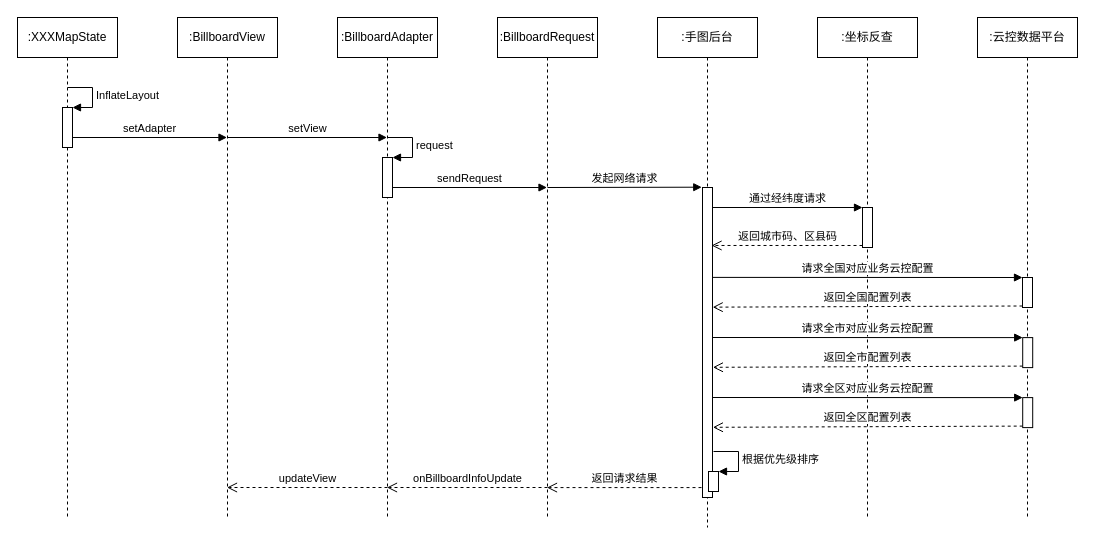
wangziji/graphics keeps this draw.io diagram as page "Billboard 时序图" (7 of 7) of SD-routeCalculate.drawio. Above is the earlier version. Source tidied: cells renumbered, new cells numbered last; positions are measured from the earlier drawing's top-left corner, leaving out a move shared by most shapes. Both pictures are drawn from the tidied source at 100%, with x=0, y=0 at pixel (17, 17).
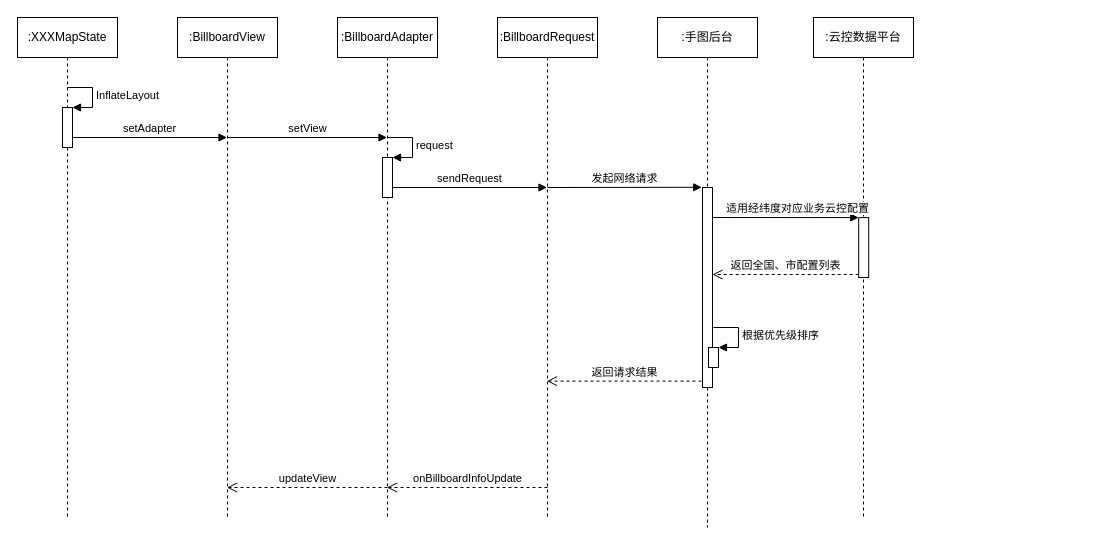
Above is the later version.

The change refers to these unchanged cells:
```xml
<mxCell id="9" value=":手图后台" style="shape=umlLifeline;perimeter=lifelinePerimeter;whiteSpace=wrap;html=1;" parent="1" vertex="1">
  <mxGeometry x="640" width="100" height="510" as="geometry" />
</mxCell>
```

What changed in the source:
```diff
@@
     <mxCell id="10" style="html=1;points=[];perimeter=orthogonalPerimeter;" parent="9" vertex="1">
-      <mxGeometry x="45" y="170" width="10" height="310" as="geometry" />
+      <mxGeometry x="45" y="170" width="10" height="200" as="geometry" />
     </mxCell>
     <mxCell id="11" style="html=1;points=[];perimeter=orthogonalPerimeter;" parent="9" vertex="1">
-      <mxGeometry x="51" y="454" width="10" height="20" as="geometry" />
+      <mxGeometry x="51" y="330" width="10" height="20" as="geometry" />
     </mxCell>
     <mxCell id="12" value="根据优先级排序" style="edgeStyle=orthogonalEdgeStyle;html=1;align=left;spacingLeft=2;endArrow=block;rounded=0;entryX=1;entryY=0;" parent="9" edge="1" target="11">
       <mxGeometry relative="1" as="geometry">
-        <mxPoint x="56" y="434" as="sourcePoint" />
+        <mxPoint x="56" y="310" as="sourcePoint" />
         <Array as="points">
-          <mxPoint x="81" y="434" />
+          <mxPoint x="81" y="310" />
         </Array>
       </mxGeometry>
     </mxCell>
-    <mxCell id="13" value=":坐标反查" style="shape=umlLifeline;perimeter=lifelinePerimeter;whiteSpace=wrap;html=1;" parent="1" vertex="1">
-      <mxGeometry x="800" width="100" height="500" as="geometry" />
-    </mxCell>
-    <mxCell id="14" style="html=1;points=[];perimeter=orthogonalPerimeter;" parent="13" vertex="1">
-      <mxGeometry x="45" y="190" width="10" height="40" as="geometry" />
-    </mxCell>
     <mxCell id="15" value=":云控数据平台" style="shape=umlLifeline;perimeter=lifelinePerimeter;whiteSpace=wrap;html=1;" parent="1" vertex="1">
-      <mxGeometry x="960" width="100" height="500" as="geometry" />
+      <mxGeometry x="796" width="100" height="500" as="geometry" />
     </mxCell>
     <mxCell id="16" style="html=1;points=[];perimeter=orthogonalPerimeter;" parent="15" vertex="1">
-      <mxGeometry x="45" y="260" width="10" height="30" as="geometry" />
+      <mxGeometry x="45.2" y="200.1" width="10" height="59.9" as="geometry" />
     </mxCell>
-    <mxCell id="17" style="html=1;points=[];perimeter=orthogonalPerimeter;" parent="15" vertex="1">
-      <mxGeometry x="45.2" y="380.1" width="10" height="30" as="geometry" />
-    </mxCell>
-    <mxCell id="18" value="请求全区对应业务云控配置" style="html=1;verticalAlign=bottom;endArrow=block;entryX=0;entryY=0;exitX=0.98;exitY=0.29;exitDx=0;exitDy=0;exitPerimeter=0;" parent="15" edge="1" target="17">
-      <mxGeometry relative="1" as="geometry">
-        <mxPoint x="-265" y="380" as="sourcePoint" />
-      </mxGeometry>
-    </mxCell>
-    <mxCell id="19" value="返回全区配置列表" style="html=1;verticalAlign=bottom;endArrow=open;dashed=1;endSize=8;exitX=0;exitY=0.95;entryX=1.02;entryY=0.386;entryDx=0;entryDy=0;entryPerimeter=0;" parent="15" edge="1" source="17">
-      <mxGeometry relative="1" as="geometry">
-        <mxPoint x="-264.6" y="409.8" as="targetPoint" />
-      </mxGeometry>
-    </mxCell>
@@
-    <mxCell id="25" value="返回城市码、区县码" style="html=1;verticalAlign=bottom;endArrow=open;dashed=1;endSize=8;exitX=0;exitY=0.95;entryX=0.908;entryY=0.187;entryDx=0;entryDy=0;entryPerimeter=0;" parent="1" edge="1" source="14" target="10">
-      <mxGeometry relative="1" as="geometry" />
-    </mxCell>
-    <mxCell id="26" value="通过经纬度请求" style="html=1;verticalAlign=bottom;endArrow=block;entryX=0;entryY=0;" parent="1" edge="1" source="10" target="14">
-      <mxGeometry relative="1" as="geometry" />
-    </mxCell>
-    <mxCell id="27" value="请求全国对应业务云控配置" style="html=1;verticalAlign=bottom;endArrow=block;entryX=0;entryY=0;exitX=0.98;exitY=0.29;exitDx=0;exitDy=0;exitPerimeter=0;" parent="1" edge="1" source="10" target="16">
-      <mxGeometry relative="1" as="geometry" />
+    <mxCell id="27" value="适用经纬度对应业务云控配置" style="html=1;verticalAlign=bottom;endArrow=block;entryX=0;entryY=0;exitX=0.98;exitY=0.29;exitDx=0;exitDy=0;exitPerimeter=0;" parent="1" edge="1" target="16">
+      <mxGeometry x="0.16" relative="1" as="geometry">
+        <mxPoint x="695" y="200" as="sourcePoint" />
+      </mxGeometry>
     </mxCell>
-    <mxCell id="28" value="返回全国配置列表" style="html=1;verticalAlign=bottom;endArrow=open;dashed=1;endSize=8;exitX=0;exitY=0.95;entryX=1.02;entryY=0.386;entryDx=0;entryDy=0;entryPerimeter=0;" parent="1" edge="1" source="16" target="10">
+    <mxCell id="28" value="返回全国、市配置列表" style="html=1;verticalAlign=bottom;endArrow=open;dashed=1;endSize=8;exitX=0;exitY=0.95;entryX=1;entryY=0.435;entryDx=0;entryDy=0;entryPerimeter=0;" parent="1" edge="1" source="16" target="10">
       <mxGeometry relative="1" as="geometry" />
     </mxCell>
-    <mxCell id="29" style="html=1;points=[];perimeter=orthogonalPerimeter;" parent="1" vertex="1">
-      <mxGeometry x="1005.2" y="320.1" width="10" height="30" as="geometry" />
-    </mxCell>
-    <mxCell id="30" value="请求全市对应业务云控配置" style="html=1;verticalAlign=bottom;endArrow=block;entryX=0;entryY=0;exitX=0.98;exitY=0.29;exitDx=0;exitDy=0;exitPerimeter=0;" parent="1" edge="1" target="29">
-      <mxGeometry relative="1" as="geometry">
-        <mxPoint x="695" y="320" as="sourcePoint" />
-      </mxGeometry>
-    </mxCell>
-    <mxCell id="31" value="返回全市配置列表" style="html=1;verticalAlign=bottom;endArrow=open;dashed=1;endSize=8;exitX=0;exitY=0.95;entryX=1.02;entryY=0.386;entryDx=0;entryDy=0;entryPerimeter=0;" parent="1" edge="1" source="29">
-      <mxGeometry relative="1" as="geometry">
-        <mxPoint x="695.4" y="349.8" as="targetPoint" />
-      </mxGeometry>
-    </mxCell>
```
